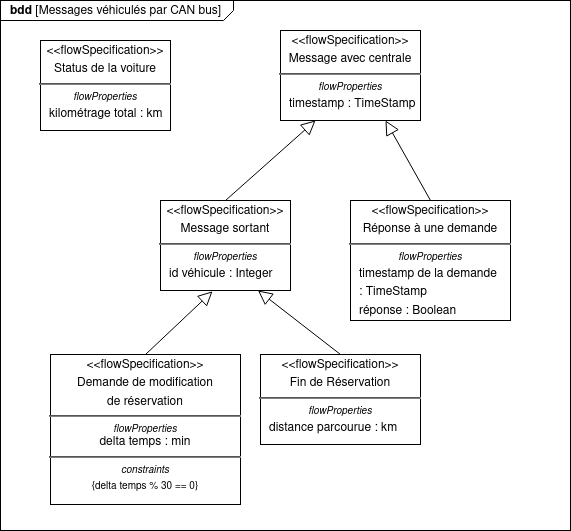
Above: diagrammes/bdd_signaux_ordi_de_bord.png in Dalker/ISI-mobility (draw.io), before the change. Source tidied: cells renumbered, new cells last; positions are measured from the earlier drawing's top-left corner, leaving out a move shared by most shapes.
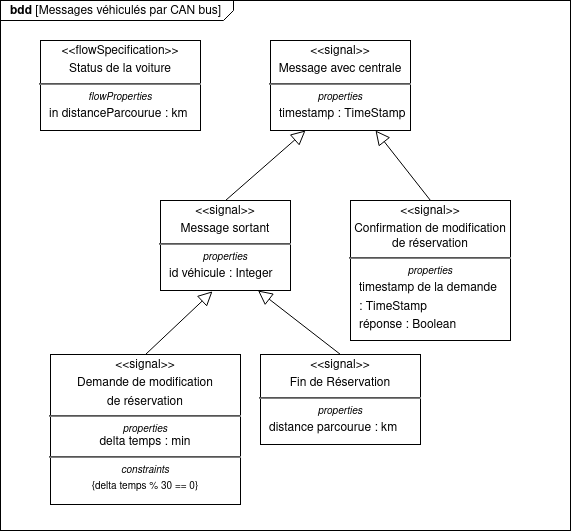
Later version of the same file.

The edit, as a diff of the source:
```diff
@@ -5,32 +5,32 @@
     <mxCell id="2" value="&lt;p style=&quot;margin: 0px ; margin-top: 4px ; margin-left: 10px ; text-align: left&quot;&gt;&lt;b&gt;bdd&lt;/b&gt; [Messages véhiculés par CAN bus]&lt;br&gt;&lt;/p&gt;" style="html=1;strokeWidth=1;shape=mxgraph.sysml.package;labelX=233;align=left;spacingLeft=10;overflow=fill;" parent="1" vertex="1">
       <mxGeometry width="570" height="530" as="geometry" />
     </mxCell>
-    <mxCell id="3" value="&lt;p style=&quot;margin: 0px ; margin-top: 4px ; text-align: center&quot;&gt;&amp;lt;&amp;lt;flowSpecification&amp;gt;&amp;gt;&lt;/p&gt;&lt;p style=&quot;margin: 0px ; margin-top: 4px ; text-align: center&quot;&gt;Fin de Réservation&lt;br&gt;&lt;/p&gt;&lt;hr&gt;&lt;p style=&quot;font-size: 10px ; margin: 0px ; margin-top: 4px ; text-align: center&quot;&gt;&lt;i&gt;flowProperties&lt;/i&gt;&lt;/p&gt;&lt;p style=&quot;margin: 0px ; margin-top: 4px ; margin-left: 10px ; text-align: left&quot;&gt;distance parcourue : km&lt;/p&gt;" style="shape=rect;html=1;overflow=fill;whiteSpace=wrap;" parent="1" vertex="1">
+    <mxCell id="3" value="&lt;p style=&quot;margin: 0px ; margin-top: 4px ; text-align: center&quot;&gt;&amp;lt;&amp;lt;signal&amp;gt;&amp;gt;&lt;/p&gt;&lt;p style=&quot;margin: 0px ; margin-top: 4px ; text-align: center&quot;&gt;Fin de Réservation&lt;br&gt;&lt;/p&gt;&lt;hr&gt;&lt;p style=&quot;font-size: 10px ; margin: 0px ; margin-top: 4px ; text-align: center&quot;&gt;&lt;i&gt;properties&lt;/i&gt;&lt;/p&gt;&lt;p style=&quot;margin: 0px ; margin-top: 4px ; margin-left: 10px ; text-align: left&quot;&gt;distance parcourue : km&lt;/p&gt;" style="shape=rect;html=1;overflow=fill;whiteSpace=wrap;" parent="1" vertex="1">
       <mxGeometry x="260" y="354" width="160" height="90" as="geometry" />
     </mxCell>
-    <mxCell id="4" value="&lt;p style=&quot;margin: 0px ; margin-top: 4px ; text-align: center&quot;&gt;&amp;lt;&amp;lt;flowSpecification&amp;gt;&amp;gt;&lt;br&gt;&lt;/p&gt;&lt;p style=&quot;margin: 0px ; margin-top: 4px ; text-align: center&quot;&gt;Message sortant&lt;br&gt;&lt;/p&gt;&lt;hr&gt;&lt;p style=&quot;font-size: 10px ; margin: 0px ; margin-top: 4px ; text-align: center&quot;&gt;&lt;i&gt;flowProperties&lt;/i&gt;&lt;/p&gt;&lt;p style=&quot;margin: 0px ; margin-top: 4px ; margin-left: 10px ; text-align: left&quot;&gt;id véhicule : Integer&lt;br&gt;&lt;/p&gt;" style="shape=rect;html=1;overflow=fill;whiteSpace=wrap;" parent="1" vertex="1">
+    <mxCell id="4" value="&lt;p style=&quot;margin: 0px ; margin-top: 4px ; text-align: center&quot;&gt;&amp;lt;&amp;lt;signal&amp;gt;&amp;gt;&lt;br&gt;&lt;/p&gt;&lt;p style=&quot;margin: 0px ; margin-top: 4px ; text-align: center&quot;&gt;Message sortant&lt;br&gt;&lt;/p&gt;&lt;hr&gt;&lt;p style=&quot;font-size: 10px ; margin: 0px ; margin-top: 4px ; text-align: center&quot;&gt;&lt;i&gt;properties&lt;/i&gt;&lt;/p&gt;&lt;p style=&quot;margin: 0px ; margin-top: 4px ; margin-left: 10px ; text-align: left&quot;&gt;id véhicule : Integer&lt;br&gt;&lt;/p&gt;" style="shape=rect;html=1;overflow=fill;whiteSpace=wrap;" parent="1" vertex="1">
       <mxGeometry x="160" y="200" width="130" height="90" as="geometry" />
     </mxCell>
     <mxCell id="5" style="edgeStyle=none;html=1;endSize=12;endArrow=block;endFill=0;entryX=0.75;entryY=1;entryDx=0;entryDy=0;exitX=0.5;exitY=0;exitDx=0;exitDy=0;" parent="1" edge="1" source="3" target="4">
       <mxGeometry relative="1" as="geometry" />
     </mxCell>
-    <mxCell id="6" value="&lt;p style=&quot;margin: 0px ; margin-top: 4px ; text-align: center&quot;&gt;&amp;lt;&amp;lt;flowSpecification&amp;gt;&amp;gt;&lt;/p&gt;&lt;p style=&quot;margin: 0px ; margin-top: 4px ; text-align: center&quot;&gt;Demande de modification&lt;/p&gt;&lt;p style=&quot;margin: 0px ; margin-top: 4px ; text-align: center&quot;&gt;de réservation&lt;br&gt;&lt;/p&gt;&lt;hr&gt;&lt;p style=&quot;font-size: 10px ; margin: 0px ; margin-top: 4px ; text-align: center&quot;&gt;&lt;i&gt;flowProperties&lt;/i&gt;&lt;/p&gt;delta temps : min&lt;br&gt;&lt;hr&gt;&lt;p style=&quot;font-size: 10px ; margin: 0px ; margin-top: 4px ; text-align: center&quot;&gt;&lt;i&gt;constraints&lt;/i&gt;&lt;/p&gt;&lt;p style=&quot;font-size: 10px ; margin: 0px ; margin-top: 4px ; text-align: center&quot;&gt;{delta temps % 30 == 0}&lt;br&gt;&lt;i&gt;&lt;/i&gt;&lt;/p&gt;" style="shape=rect;html=1;overflow=fill;whiteSpace=wrap;" parent="1" vertex="1">
+    <mxCell id="6" value="&lt;p style=&quot;margin: 0px ; margin-top: 4px ; text-align: center&quot;&gt;&amp;lt;&amp;lt;signal&amp;gt;&amp;gt;&lt;/p&gt;&lt;p style=&quot;margin: 0px ; margin-top: 4px ; text-align: center&quot;&gt;Demande de modification&lt;/p&gt;&lt;p style=&quot;margin: 0px ; margin-top: 4px ; text-align: center&quot;&gt;de réservation&lt;br&gt;&lt;/p&gt;&lt;hr&gt;&lt;p style=&quot;font-size: 10px ; margin: 0px ; margin-top: 4px ; text-align: center&quot;&gt;&lt;i&gt;properties&lt;/i&gt;&lt;/p&gt;delta temps : min&lt;br&gt;&lt;hr&gt;&lt;p style=&quot;font-size: 10px ; margin: 0px ; margin-top: 4px ; text-align: center&quot;&gt;&lt;i&gt;constraints&lt;/i&gt;&lt;/p&gt;&lt;p style=&quot;font-size: 10px ; margin: 0px ; margin-top: 4px ; text-align: center&quot;&gt;{delta temps % 30 == 0}&lt;br&gt;&lt;i&gt;&lt;/i&gt;&lt;/p&gt;" style="shape=rect;html=1;overflow=fill;whiteSpace=wrap;" parent="1" vertex="1">
       <mxGeometry x="50" y="354" width="190" height="150" as="geometry" />
     </mxCell>
     <mxCell id="7" style="edgeStyle=none;html=1;endSize=12;endArrow=block;endFill=0;entryX=0.4;entryY=1.009;entryDx=0;entryDy=0;exitX=0.5;exitY=0;exitDx=0;exitDy=0;entryPerimeter=0;" parent="1" edge="1" source="6" target="4">
       <mxGeometry relative="1" as="geometry" />
     </mxCell>
-    <mxCell id="8" value="&lt;p style=&quot;margin: 0px ; margin-top: 4px ; text-align: center&quot;&gt;&amp;lt;&amp;lt;flowSpecification&amp;gt;&amp;gt;&lt;/p&gt;&lt;p style=&quot;margin: 0px ; margin-top: 4px ; text-align: center&quot;&gt;Message avec centrale&lt;br&gt;&lt;/p&gt;&lt;hr&gt;&lt;p style=&quot;font-size: 10px ; margin: 0px ; margin-top: 4px ; text-align: center&quot;&gt;&lt;i&gt;flowProperties&lt;/i&gt;&lt;/p&gt;&lt;p style=&quot;margin: 0px ; margin-top: 4px ; margin-left: 10px ; text-align: left&quot;&gt;timestamp : TimeStamp&lt;br&gt;&lt;/p&gt;" style="shape=rect;html=1;overflow=fill;whiteSpace=wrap;" parent="1" vertex="1">
-      <mxGeometry x="280" y="30" width="140" height="90" as="geometry" />
+    <mxCell id="8" value="&lt;p style=&quot;margin: 0px ; margin-top: 4px ; text-align: center&quot;&gt;&amp;lt;&amp;lt;signal&amp;gt;&amp;gt;&lt;/p&gt;&lt;p style=&quot;margin: 0px ; margin-top: 4px ; text-align: center&quot;&gt;Message avec centrale&lt;br&gt;&lt;/p&gt;&lt;hr&gt;&lt;p style=&quot;font-size: 10px ; margin: 0px ; margin-top: 4px ; text-align: center&quot;&gt;&lt;i&gt;properties&lt;/i&gt;&lt;/p&gt;&lt;p style=&quot;margin: 0px ; margin-top: 4px ; margin-left: 10px ; text-align: left&quot;&gt;timestamp : TimeStamp&lt;br&gt;&lt;/p&gt;" style="shape=rect;html=1;overflow=fill;whiteSpace=wrap;" parent="1" vertex="1">
+      <mxGeometry x="270" y="40" width="140" height="90" as="geometry" />
     </mxCell>
-    <mxCell id="9" value="&lt;p style=&quot;margin: 0px ; margin-top: 4px ; text-align: center&quot;&gt;&amp;lt;&amp;lt;flowSpecification&amp;gt;&amp;gt;&lt;/p&gt;&lt;p style=&quot;margin: 0px ; margin-top: 4px ; text-align: center&quot;&gt;Réponse à une demande&lt;br&gt;&lt;/p&gt;&lt;hr&gt;&lt;p style=&quot;font-size: 10px ; margin: 0px ; margin-top: 4px ; text-align: center&quot;&gt;&lt;i&gt;flowProperties&lt;/i&gt;&lt;/p&gt;&lt;p style=&quot;margin: 0px ; margin-top: 4px ; margin-left: 10px ; text-align: left&quot;&gt;timestamp de la demande&lt;/p&gt;&lt;p style=&quot;margin: 0px ; margin-top: 4px ; margin-left: 10px ; text-align: left&quot;&gt;: TimeStamp&lt;br&gt;&lt;/p&gt;&lt;p style=&quot;margin: 0px ; margin-top: 4px ; margin-left: 10px ; text-align: left&quot;&gt;réponse : Boolean&lt;br&gt;&lt;/p&gt;" style="shape=rect;html=1;overflow=fill;whiteSpace=wrap;" parent="1" vertex="1">
-      <mxGeometry x="350" y="200" width="160" height="120" as="geometry" />
+    <mxCell id="9" value="&lt;p style=&quot;margin: 0px ; margin-top: 4px ; text-align: center&quot;&gt;&amp;lt;&amp;lt;signal&amp;gt;&amp;gt;&lt;/p&gt;&lt;p style=&quot;margin: 0px ; margin-top: 4px ; text-align: center&quot;&gt;Confirmation de modification de réservation&lt;br&gt;&lt;/p&gt;&lt;hr&gt;&lt;p style=&quot;font-size: 10px ; margin: 0px ; margin-top: 4px ; text-align: center&quot;&gt;&lt;i&gt;properties&lt;/i&gt;&lt;/p&gt;&lt;p style=&quot;margin: 0px ; margin-top: 4px ; margin-left: 10px ; text-align: left&quot;&gt;timestamp de la demande&lt;/p&gt;&lt;p style=&quot;margin: 0px ; margin-top: 4px ; margin-left: 10px ; text-align: left&quot;&gt;: TimeStamp&lt;br&gt;&lt;/p&gt;&lt;p style=&quot;margin: 0px ; margin-top: 4px ; margin-left: 10px ; text-align: left&quot;&gt;réponse : Boolean&lt;br&gt;&lt;/p&gt;" style="shape=rect;html=1;overflow=fill;whiteSpace=wrap;" parent="1" vertex="1">
+      <mxGeometry x="350" y="200" width="160" height="140" as="geometry" />
     </mxCell>
     <mxCell id="10" style="edgeStyle=none;html=1;endSize=12;endArrow=block;endFill=0;entryX=0.75;entryY=1;entryDx=0;entryDy=0;exitX=0.5;exitY=0;exitDx=0;exitDy=0;" parent="1" edge="1" source="9" target="8">
       <mxGeometry relative="1" as="geometry" />
     </mxCell>
-    <mxCell id="11" value="&lt;p style=&quot;margin: 0px ; margin-top: 4px ; text-align: center&quot;&gt;&amp;lt;&amp;lt;flowSpecification&amp;gt;&amp;gt;&lt;/p&gt;&lt;p style=&quot;margin: 0px ; margin-top: 4px ; text-align: center&quot;&gt;Status de la voiture&lt;br&gt;&lt;/p&gt;&lt;hr&gt;&lt;p style=&quot;font-size: 10px ; margin: 0px ; margin-top: 4px ; text-align: center&quot;&gt;&lt;i&gt;flowProperties&lt;/i&gt;&lt;/p&gt;&lt;p style=&quot;margin: 0px ; margin-top: 4px ; margin-left: 10px ; text-align: left&quot;&gt;kilométrage total : km&lt;br&gt;&lt;/p&gt;" style="shape=rect;html=1;overflow=fill;whiteSpace=wrap;" parent="1" vertex="1">
-      <mxGeometry x="40" y="40" width="130" height="90" as="geometry" />
+    <mxCell id="11" value="&lt;p style=&quot;margin: 0px ; margin-top: 4px ; text-align: center&quot;&gt;&amp;lt;&amp;lt;flowSpecification&amp;gt;&amp;gt;&lt;/p&gt;&lt;p style=&quot;margin: 0px ; margin-top: 4px ; text-align: center&quot;&gt;Status de la voiture&lt;br&gt;&lt;/p&gt;&lt;hr&gt;&lt;p style=&quot;font-size: 10px ; margin: 0px ; margin-top: 4px ; text-align: center&quot;&gt;&lt;i&gt;flowProperties&lt;/i&gt;&lt;/p&gt;&lt;p style=&quot;margin: 0px ; margin-top: 4px ; margin-left: 10px ; text-align: left&quot;&gt;in distanceParcourue : km&lt;br&gt;&lt;/p&gt;" style="shape=rect;html=1;overflow=fill;whiteSpace=wrap;" parent="1" vertex="1">
+      <mxGeometry x="40" y="40" width="160" height="90" as="geometry" />
     </mxCell>
     <mxCell id="12" style="edgeStyle=none;html=1;endSize=12;endArrow=block;endFill=0;entryX=0.25;entryY=1;entryDx=0;entryDy=0;exitX=0.5;exitY=0;exitDx=0;exitDy=0;" parent="1" edge="1" source="4" target="8">
       <mxGeometry relative="1" as="geometry" />
```
